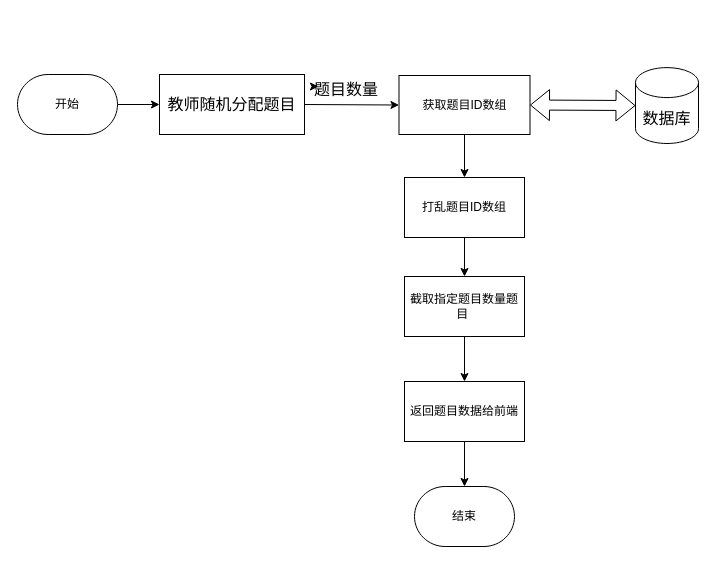
Above: examinationSystemVue/src/4-3-5.drawio in Sakeyuan/Web-ExaminationSystem (draw.io), before the change. Source tidied: cells renumbered, new cells numbered last; positions are measured from the earlier drawing's top-left corner, leaving out a move shared by most shapes. Both pictures are drawn from the tidied source at 100%, with x=0, y=0 at pixel (17, 57).
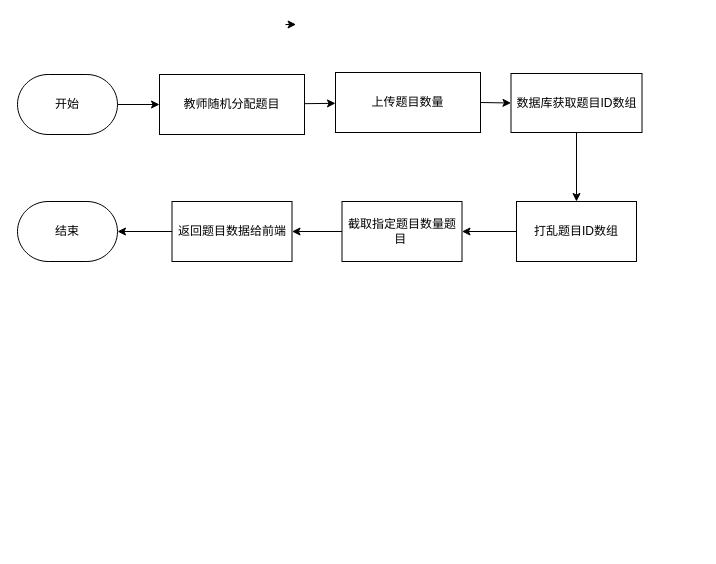
Above is the later version.

What changed in the source:
```diff
@@
 <mxGraphModel background="#ffffff">
   <root>
     <mxCell id="0" />
     <mxCell id="1" parent="0" />
-    <mxCell id="2" style="edgeStyle=none;html=1;exitX=1;exitY=0.5;exitDx=0;exitDy=0;entryX=0;entryY=0.5;entryDx=0;entryDy=0;fontSize=16;strokeColor=#000000;fontColor=#000000;strokeWidth=1;" parent="1" edge="1" source="3" target="5">
-      <mxGeometry relative="1" as="geometry" />
-    </mxCell>
+    <mxCell id="19" style="edgeStyle=none;html=1;strokeColor=#000000;fontSize=12;" parent="1" edge="1" source="3" target="21">
+      <mxGeometry relative="1" as="geometry" />
+    </mxCell>
-    <mxCell id="3" value="&lt;font style=&quot;font-size: 16px;&quot;&gt;教师随机分配题目&lt;/font&gt;" style="rounded=0;whiteSpace=wrap;html=1;fillColor=#FFFFFF;strokeColor=#000000;fontColor=#000000;strokeWidth=1;" parent="1" vertex="1">
+    <mxCell id="3" value="&lt;font style=&quot;font-size: 12px;&quot;&gt;教师随机分配题目&lt;/font&gt;" style="rounded=0;whiteSpace=wrap;html=1;fillColor=#FFFFFF;strokeColor=#000000;fontColor=#000000;strokeWidth=1;fontSize=12;" parent="1" vertex="1">
       <mxGeometry x="142" y="17" width="145" height="60" as="geometry" />
     </mxCell>
-    <mxCell id="4" style="edgeStyle=none;html=1;fontColor=#000000;strokeColor=#000000;strokeWidth=1;" parent="1" edge="1" source="5" target="11">
+    <mxCell id="4" style="edgeStyle=none;html=1;fontColor=#000000;strokeColor=#000000;strokeWidth=1;fontSize=12;" parent="1" edge="1" source="5" target="11">
       <mxGeometry relative="1" as="geometry" />
     </mxCell>
-    <mxCell id="5" value="&lt;span style=&quot;&quot;&gt;获取题目ID数组&lt;/span&gt;" style="rounded=0;whiteSpace=wrap;html=1;fillColor=#FFFFFF;strokeColor=#000000;fontColor=#000000;strokeWidth=1;" parent="1" vertex="1">
-      <mxGeometry x="381.5" y="18" width="131" height="59" as="geometry" />
+    <mxCell id="5" value="&lt;span style=&quot;font-size: 12px;&quot;&gt;数据库获取题目ID数组&lt;/span&gt;" style="rounded=0;whiteSpace=wrap;html=1;fillColor=#FFFFFF;strokeColor=#000000;fontColor=#000000;strokeWidth=1;fontSize=12;" parent="1" vertex="1">
+      <mxGeometry x="493.5" y="16" width="131" height="59" as="geometry" />
     </mxCell>
-    <mxCell id="6" value="&lt;p class=&quot;MsoNormal&quot;&gt;&lt;span&gt;&lt;font face=&quot;Calibri&quot;&gt;题目数量&lt;/font&gt;&lt;/span&gt;&lt;/p&gt;" style="text;whiteSpace=wrap;html=1;fontSize=16;fontColor=#000000;strokeWidth=1;" parent="1" vertex="1">
-      <mxGeometry x="295" width="77" height="58" as="geometry" />
-    </mxCell>
-    <mxCell id="7" value="数据库" style="shape=cylinder3;whiteSpace=wrap;html=1;boundedLbl=1;backgroundOutline=1;size=15;fontSize=16;fontColor=#000000;fillColor=#FFFFFF;strokeColor=#000000;strokeWidth=1;" parent="1" vertex="1">
-      <mxGeometry x="618" y="10.1" width="63" height="75.9" as="geometry" />
-    </mxCell>
-    <mxCell id="8" style="shape=flexArrow;endArrow=classic;startArrow=classic;html=1;strokeColor=#000000;fontSize=16;fontColor=#000000;entryX=0;entryY=0.5;entryDx=0;entryDy=0;entryPerimeter=0;exitX=1;exitY=0.5;exitDx=0;exitDy=0;strokeWidth=1;" parent="1" edge="1" source="5" target="7">
-      <mxGeometry relative="1" as="geometry" />
-    </mxCell>
-    <mxCell id="9" style="edgeStyle=none;html=1;exitX=0;exitY=0.5;exitDx=0;exitDy=0;entryX=0.077;entryY=0.5;entryDx=0;entryDy=0;entryPerimeter=0;fontColor=#000000;strokeWidth=1;" parent="1" edge="1" source="6" target="6">
-      <mxGeometry relative="1" as="geometry" />
+    <mxCell id="9" style="edgeStyle=none;html=1;exitX=0;exitY=0.5;exitDx=0;exitDy=0;entryX=0.077;entryY=0.5;entryDx=0;entryDy=0;entryPerimeter=0;fontColor=#000000;strokeWidth=1;fontSize=12;" parent="1" edge="1">
+      <mxGeometry relative="1" as="geometry">
+        <mxPoint x="268" y="-33" as="sourcePoint" />
+        <mxPoint x="278.6" y="-33" as="targetPoint" />
+      </mxGeometry>
     </mxCell>
-    <mxCell id="10" style="edgeStyle=none;html=1;strokeColor=#000000;fontColor=#000000;strokeWidth=1;" parent="1" edge="1" source="11" target="13">
+    <mxCell id="10" style="edgeStyle=none;html=1;strokeColor=#000000;fontColor=#000000;strokeWidth=1;fontSize=12;" parent="1" edge="1" source="11" target="13">
       <mxGeometry relative="1" as="geometry" />
     </mxCell>
-    <mxCell id="11" value="打乱题目ID数组" style="whiteSpace=wrap;html=1;rounded=0;fillColor=#FFFFFF;strokeColor=#000000;fontColor=#000000;strokeWidth=1;" parent="1" vertex="1">
-      <mxGeometry x="387" y="120" width="120" height="60" as="geometry" />
+    <mxCell id="11" value="打乱题目ID数组" style="whiteSpace=wrap;html=1;rounded=0;fillColor=#FFFFFF;strokeColor=#000000;fontColor=#000000;strokeWidth=1;fontSize=12;" parent="1" vertex="1">
+      <mxGeometry x="499" y="144" width="120" height="60" as="geometry" />
     </mxCell>
-    <mxCell id="12" style="edgeStyle=none;html=1;strokeColor=#000000;fontColor=#000000;strokeWidth=1;" parent="1" edge="1" source="13" target="17">
+    <mxCell id="12" style="edgeStyle=none;html=1;strokeColor=#000000;fontColor=#000000;strokeWidth=1;fontSize=12;" parent="1" edge="1" source="13" target="17">
       <mxGeometry relative="1" as="geometry" />
     </mxCell>
-    <mxCell id="13" value="截取指定题目数量题目&amp;nbsp;" style="whiteSpace=wrap;html=1;rounded=0;fillColor=#FFFFFF;strokeColor=#000000;fontColor=#000000;strokeWidth=1;" parent="1" vertex="1">
-      <mxGeometry x="387" y="219" width="120" height="60" as="geometry" />
+    <mxCell id="13" value="截取指定题目数量题目&amp;nbsp;" style="whiteSpace=wrap;html=1;rounded=0;fillColor=#FFFFFF;strokeColor=#000000;fontColor=#000000;strokeWidth=1;fontSize=12;" parent="1" vertex="1">
+      <mxGeometry x="324.5" y="144" width="120" height="60" as="geometry" />
     </mxCell>
-    <mxCell id="14" style="edgeStyle=none;html=1;exitX=1;exitY=0.5;exitDx=0;exitDy=0;exitPerimeter=0;entryX=0;entryY=0.5;entryDx=0;entryDy=0;strokeColor=#000000;fontColor=#000000;strokeWidth=1;" parent="1" edge="1" source="15" target="3">
+    <mxCell id="14" style="edgeStyle=none;html=1;exitX=1;exitY=0.5;exitDx=0;exitDy=0;exitPerimeter=0;entryX=0;entryY=0.5;entryDx=0;entryDy=0;strokeColor=#000000;fontColor=#000000;strokeWidth=1;fontSize=12;" parent="1" edge="1" source="15" target="3">
       <mxGeometry relative="1" as="geometry" />
     </mxCell>
-    <mxCell id="15" value="开始" style="strokeWidth=1;html=1;shape=mxgraph.flowchart.terminator;whiteSpace=wrap;fillColor=#FFFFFF;strokeColor=#000000;fontColor=#000000;" parent="1" vertex="1">
+    <mxCell id="15" value="开始" style="strokeWidth=1;html=1;shape=mxgraph.flowchart.terminator;whiteSpace=wrap;fillColor=#FFFFFF;strokeColor=#000000;fontColor=#000000;fontSize=12;" parent="1" vertex="1">
       <mxGeometry y="17" width="100" height="60" as="geometry" />
     </mxCell>
-    <mxCell id="16" style="edgeStyle=none;html=1;exitX=0.5;exitY=1;exitDx=0;exitDy=0;entryX=0.5;entryY=0;entryDx=0;entryDy=0;entryPerimeter=0;strokeColor=#000000;fontColor=#000000;strokeWidth=1;" parent="1" edge="1" source="17" target="18">
+    <mxCell id="16" style="edgeStyle=none;html=1;exitX=0;exitY=0.5;exitDx=0;exitDy=0;entryX=1;entryY=0.5;entryDx=0;entryDy=0;entryPerimeter=0;strokeColor=#000000;fontSize=12;" parent="1" edge="1" source="17" target="18">
       <mxGeometry relative="1" as="geometry" />
     </mxCell>
-    <mxCell id="17" value="返回题目数据给前端" style="whiteSpace=wrap;html=1;rounded=0;fillColor=#FFFFFF;strokeColor=#000000;fontColor=#000000;strokeWidth=1;" parent="1" vertex="1">
-      <mxGeometry x="387" y="324" width="120" height="60" as="geometry" />
+    <mxCell id="17" value="返回题目数据给前端" style="whiteSpace=wrap;html=1;rounded=0;fillColor=#FFFFFF;strokeColor=#000000;fontColor=#000000;strokeWidth=1;fontSize=12;" parent="1" vertex="1">
+      <mxGeometry x="154.5" y="144" width="120" height="60" as="geometry" />
     </mxCell>
-    <mxCell id="18" value="结束" style="strokeWidth=1;html=1;shape=mxgraph.flowchart.terminator;whiteSpace=wrap;fillColor=#FFFFFF;strokeColor=#000000;fontColor=#000000;" parent="1" vertex="1">
-      <mxGeometry x="397" y="429" width="100" height="60" as="geometry" />
+    <mxCell id="18" value="结束" style="strokeWidth=1;html=1;shape=mxgraph.flowchart.terminator;whiteSpace=wrap;fillColor=#FFFFFF;strokeColor=#000000;fontColor=#000000;fontSize=12;" parent="1" vertex="1">
+      <mxGeometry y="144" width="100" height="60" as="geometry" />
     </mxCell>
+    <mxCell id="20" style="edgeStyle=none;html=1;exitX=1;exitY=0.5;exitDx=0;exitDy=0;entryX=0;entryY=0.5;entryDx=0;entryDy=0;strokeColor=#000000;fontSize=12;" parent="1" edge="1" source="21" target="5">
+      <mxGeometry relative="1" as="geometry" />
+    </mxCell>
+    <mxCell id="21" value="&lt;font style=&quot;font-size: 12px;&quot;&gt;上传题目数量&lt;/font&gt;" style="rounded=0;whiteSpace=wrap;html=1;fillColor=#FFFFFF;strokeColor=#000000;fontColor=#000000;strokeWidth=1;fontSize=12;" parent="1" vertex="1">
+      <mxGeometry x="318" y="15" width="145" height="60" as="geometry" />
+    </mxCell>
   </root>
 </mxGraphModel>
```
